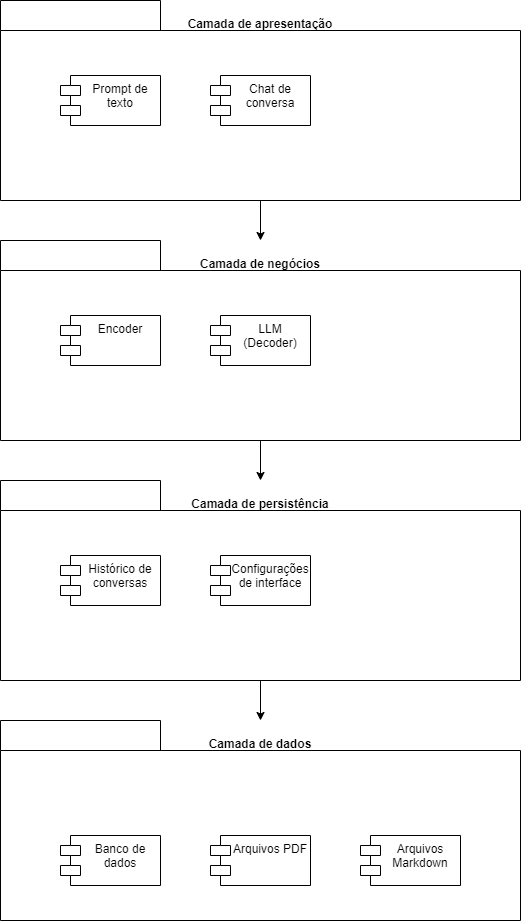
Above: Documentação/ArquiteturaCamadas.drawio.png in Cehiim/ProjectTemis (draw.io), before the change. Source tidied: cells renumbered, new cells last; positions are measured from the earlier drawing's top-left corner, leaving out a move shared by most shapes. The source it was exported from:
```xml
<mxGraphModel>
  <root>
    <mxCell id="0" />
    <mxCell id="1" parent="0" />
    <mxCell id="2" style="edgeStyle=orthogonalEdgeStyle;rounded=0;jettySize=auto;html=1;exitX=0.5;exitY=1;exitDx=0;exitDy=0;exitPerimeter=0;" parent="1" edge="1" source="3" target="7">
      <mxGeometry relative="1" as="geometry" />
    </mxCell>
    <mxCell id="3" value="Camada de apresentação" style="shape=folder;fontStyle=1;spacingTop=10;tabWidth=160;tabHeight=30;tabPosition=left;html=1;whiteSpace=wrap;labelPosition=center;verticalLabelPosition=middle;align=center;verticalAlign=top;horizontal=1;" parent="1" vertex="1">
      <mxGeometry width="520" height="200" as="geometry" />
    </mxCell>
    <mxCell id="4" value="Prompt de texto" style="shape=module;align=left;spacingLeft=20;align=center;verticalAlign=top;whiteSpace=wrap;html=1;" parent="1" vertex="1">
      <mxGeometry x="60" y="75" width="100" height="50" as="geometry" />
    </mxCell>
    <mxCell id="5" value="Chat de conversa" style="shape=module;align=left;spacingLeft=20;align=center;verticalAlign=top;whiteSpace=wrap;html=1;" parent="1" vertex="1">
      <mxGeometry x="210" y="75" width="100" height="50" as="geometry" />
    </mxCell>
    <mxCell id="6" style="edgeStyle=orthogonalEdgeStyle;rounded=0;jettySize=auto;html=1;exitX=0.5;exitY=1;exitDx=0;exitDy=0;exitPerimeter=0;" parent="1" edge="1" source="7" target="11">
      <mxGeometry relative="1" as="geometry" />
    </mxCell>
    <mxCell id="7" value="Camada de negócios" style="shape=folder;fontStyle=1;spacingTop=10;tabWidth=160;tabHeight=30;tabPosition=left;html=1;whiteSpace=wrap;labelPosition=center;verticalLabelPosition=middle;align=center;verticalAlign=top;horizontal=1;" parent="1" vertex="1">
      <mxGeometry y="240" width="520" height="200" as="geometry" />
    </mxCell>
    <mxCell id="8" value="Encoder" style="shape=module;align=left;spacingLeft=20;align=center;verticalAlign=top;whiteSpace=wrap;html=1;" parent="1" vertex="1">
      <mxGeometry x="60" y="315" width="100" height="50" as="geometry" />
    </mxCell>
    <mxCell id="9" value="LLM (Decoder)" style="shape=module;align=left;spacingLeft=20;align=center;verticalAlign=top;whiteSpace=wrap;html=1;" parent="1" vertex="1">
      <mxGeometry x="210" y="315" width="100" height="50" as="geometry" />
    </mxCell>
    <mxCell id="10" style="edgeStyle=orthogonalEdgeStyle;rounded=0;jettySize=auto;html=1;exitX=0.5;exitY=1;exitDx=0;exitDy=0;exitPerimeter=0;" parent="1" edge="1" source="11" target="14">
      <mxGeometry relative="1" as="geometry" />
    </mxCell>
    <mxCell id="11" value="Camada de persistência" style="shape=folder;fontStyle=1;spacingTop=10;tabWidth=160;tabHeight=30;tabPosition=left;html=1;whiteSpace=wrap;labelPosition=center;verticalLabelPosition=middle;align=center;verticalAlign=top;horizontal=1;" parent="1" vertex="1">
      <mxGeometry y="480" width="520" height="200" as="geometry" />
    </mxCell>
    <mxCell id="12" value="Histórico de conversas" style="shape=module;align=left;spacingLeft=20;align=center;verticalAlign=top;whiteSpace=wrap;html=1;" parent="1" vertex="1">
      <mxGeometry x="60" y="555" width="100" height="50" as="geometry" />
    </mxCell>
    <mxCell id="13" value="Configurações de interface" style="shape=module;align=left;spacingLeft=20;align=center;verticalAlign=top;whiteSpace=wrap;html=1;" parent="1" vertex="1">
      <mxGeometry x="210" y="555" width="100" height="50" as="geometry" />
    </mxCell>
    <mxCell id="14" value="Camada de dados" style="shape=folder;fontStyle=1;spacingTop=10;tabWidth=160;tabHeight=30;tabPosition=left;html=1;whiteSpace=wrap;labelPosition=center;verticalLabelPosition=middle;align=center;verticalAlign=top;horizontal=1;" parent="1" vertex="1">
      <mxGeometry y="720" width="520" height="200" as="geometry" />
    </mxCell>
    <mxCell id="15" value="Banco de dados" style="shape=module;align=left;spacingLeft=20;align=center;verticalAlign=top;whiteSpace=wrap;html=1;" parent="1" vertex="1">
      <mxGeometry x="60" y="835" width="100" height="50" as="geometry" />
    </mxCell>
    <mxCell id="16" value="Arquivos PDF" style="shape=module;align=left;spacingLeft=20;align=center;verticalAlign=top;whiteSpace=wrap;html=1;" parent="1" vertex="1">
      <mxGeometry x="210" y="835" width="100" height="50" as="geometry" />
    </mxCell>
    <mxCell id="17" value="Arquivos Markdown" style="shape=module;align=left;spacingLeft=20;align=center;verticalAlign=top;whiteSpace=wrap;html=1;" parent="1" vertex="1">
      <mxGeometry x="360" y="835" width="100" height="50" as="geometry" />
    </mxCell>
  </root>
</mxGraphModel>
```
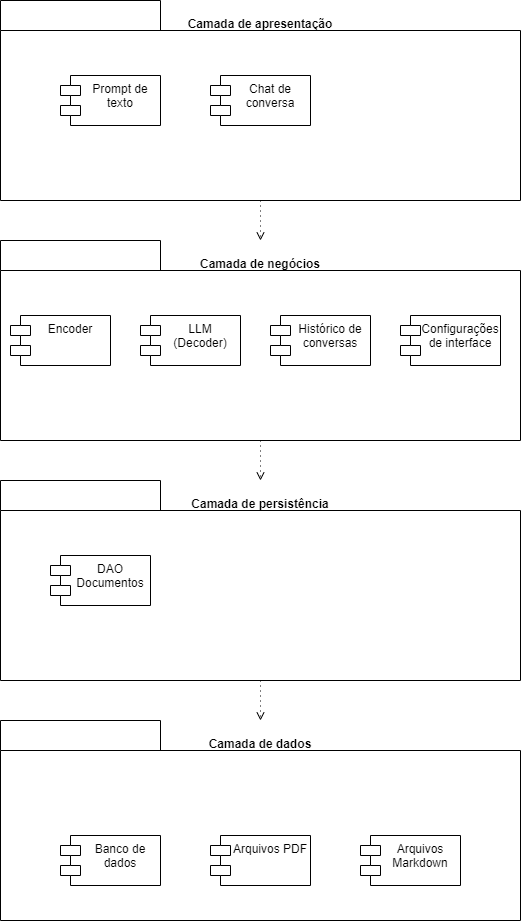
Later version of the same file.

Diff of the diagram source:
```diff
@@ -2,7 +2,7 @@
   <root>
     <mxCell id="0" />
     <mxCell id="1" parent="0" />
-    <mxCell id="2" style="edgeStyle=orthogonalEdgeStyle;rounded=0;jettySize=auto;html=1;exitX=0.5;exitY=1;exitDx=0;exitDy=0;exitPerimeter=0;" parent="1" edge="1" source="3" target="7">
+    <mxCell id="2" style="edgeStyle=orthogonalEdgeStyle;rounded=0;jettySize=auto;html=1;exitX=0.5;exitY=1;exitDx=0;exitDy=0;exitPerimeter=0;dashed=1;dashPattern=1 4;endArrow=open;endFill=0;" parent="1" edge="1" source="3" target="7">
       <mxGeometry relative="1" as="geometry" />
     </mxCell>
     <mxCell id="3" value="Camada de apresentação" style="shape=folder;fontStyle=1;spacingTop=10;tabWidth=160;tabHeight=30;tabPosition=left;html=1;whiteSpace=wrap;labelPosition=center;verticalLabelPosition=middle;align=center;verticalAlign=top;horizontal=1;" parent="1" vertex="1">
@@ -14,29 +14,29 @@
     <mxCell id="5" value="Chat de conversa" style="shape=module;align=left;spacingLeft=20;align=center;verticalAlign=top;whiteSpace=wrap;html=1;" parent="1" vertex="1">
       <mxGeometry x="210" y="75" width="100" height="50" as="geometry" />
     </mxCell>
-    <mxCell id="6" style="edgeStyle=orthogonalEdgeStyle;rounded=0;jettySize=auto;html=1;exitX=0.5;exitY=1;exitDx=0;exitDy=0;exitPerimeter=0;" parent="1" edge="1" source="7" target="11">
+    <mxCell id="6" style="edgeStyle=orthogonalEdgeStyle;rounded=0;jettySize=auto;html=1;exitX=0.5;exitY=1;exitDx=0;exitDy=0;exitPerimeter=0;dashed=1;dashPattern=1 4;endArrow=open;endFill=0;" parent="1" edge="1" source="7" target="11">
       <mxGeometry relative="1" as="geometry" />
     </mxCell>
     <mxCell id="7" value="Camada de negócios" style="shape=folder;fontStyle=1;spacingTop=10;tabWidth=160;tabHeight=30;tabPosition=left;html=1;whiteSpace=wrap;labelPosition=center;verticalLabelPosition=middle;align=center;verticalAlign=top;horizontal=1;" parent="1" vertex="1">
       <mxGeometry y="240" width="520" height="200" as="geometry" />
     </mxCell>
     <mxCell id="8" value="Encoder" style="shape=module;align=left;spacingLeft=20;align=center;verticalAlign=top;whiteSpace=wrap;html=1;" parent="1" vertex="1">
-      <mxGeometry x="60" y="315" width="100" height="50" as="geometry" />
+      <mxGeometry x="10" y="315" width="100" height="50" as="geometry" />
     </mxCell>
     <mxCell id="9" value="LLM (Decoder)" style="shape=module;align=left;spacingLeft=20;align=center;verticalAlign=top;whiteSpace=wrap;html=1;" parent="1" vertex="1">
-      <mxGeometry x="210" y="315" width="100" height="50" as="geometry" />
+      <mxGeometry x="140" y="315" width="100" height="50" as="geometry" />
     </mxCell>
-    <mxCell id="10" style="edgeStyle=orthogonalEdgeStyle;rounded=0;jettySize=auto;html=1;exitX=0.5;exitY=1;exitDx=0;exitDy=0;exitPerimeter=0;" parent="1" edge="1" source="11" target="14">
+    <mxCell id="10" style="edgeStyle=orthogonalEdgeStyle;rounded=0;jettySize=auto;html=1;exitX=0.5;exitY=1;exitDx=0;exitDy=0;exitPerimeter=0;dashed=1;dashPattern=1 4;endArrow=open;endFill=0;" parent="1" edge="1" source="11" target="14">
       <mxGeometry relative="1" as="geometry" />
     </mxCell>
     <mxCell id="11" value="Camada de persistência" style="shape=folder;fontStyle=1;spacingTop=10;tabWidth=160;tabHeight=30;tabPosition=left;html=1;whiteSpace=wrap;labelPosition=center;verticalLabelPosition=middle;align=center;verticalAlign=top;horizontal=1;" parent="1" vertex="1">
       <mxGeometry y="480" width="520" height="200" as="geometry" />
     </mxCell>
     <mxCell id="12" value="Histórico de conversas" style="shape=module;align=left;spacingLeft=20;align=center;verticalAlign=top;whiteSpace=wrap;html=1;" parent="1" vertex="1">
-      <mxGeometry x="60" y="555" width="100" height="50" as="geometry" />
+      <mxGeometry x="270" y="315" width="100" height="50" as="geometry" />
     </mxCell>
     <mxCell id="13" value="Configurações de interface" style="shape=module;align=left;spacingLeft=20;align=center;verticalAlign=top;whiteSpace=wrap;html=1;" parent="1" vertex="1">
-      <mxGeometry x="210" y="555" width="100" height="50" as="geometry" />
+      <mxGeometry x="400" y="315" width="100" height="50" as="geometry" />
     </mxCell>
     <mxCell id="14" value="Camada de dados" style="shape=folder;fontStyle=1;spacingTop=10;tabWidth=160;tabHeight=30;tabPosition=left;html=1;whiteSpace=wrap;labelPosition=center;verticalLabelPosition=middle;align=center;verticalAlign=top;horizontal=1;" parent="1" vertex="1">
       <mxGeometry y="720" width="520" height="200" as="geometry" />
@@ -50,5 +50,8 @@
     <mxCell id="17" value="Arquivos Markdown" style="shape=module;align=left;spacingLeft=20;align=center;verticalAlign=top;whiteSpace=wrap;html=1;" parent="1" vertex="1">
       <mxGeometry x="360" y="835" width="100" height="50" as="geometry" />
     </mxCell>
+    <mxCell id="18" value="DAO Documentos" style="shape=module;align=left;spacingLeft=20;align=center;verticalAlign=top;whiteSpace=wrap;html=1;" parent="1" vertex="1">
+      <mxGeometry x="50" y="555" width="100" height="50" as="geometry" />
+    </mxCell>
   </root>
 </mxGraphModel>
```
